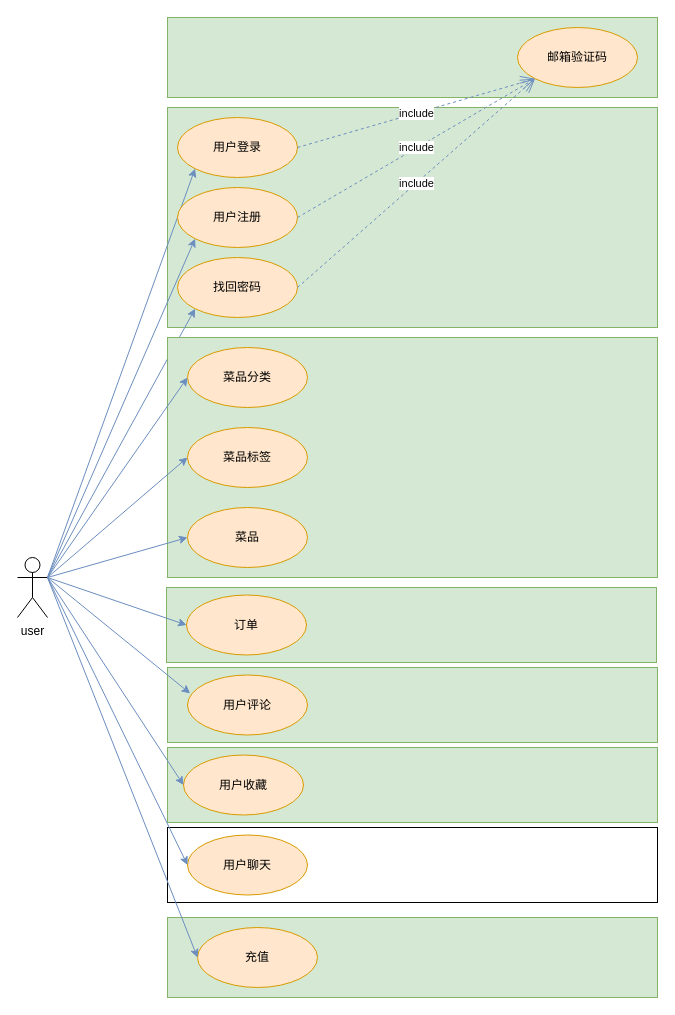
Before: prds/01uml用例图.drawio in matrix-johnjohn/EatGo-Ordering-App, a draw.io diagram. Source tidied: cells renumbered, new cells numbered last; positions are measured from the earlier drawing's top-left corner, leaving out a move shared by most shapes. Both pictures are drawn from the tidied source at 100%, with x=0, y=0 at pixel (17, 17).
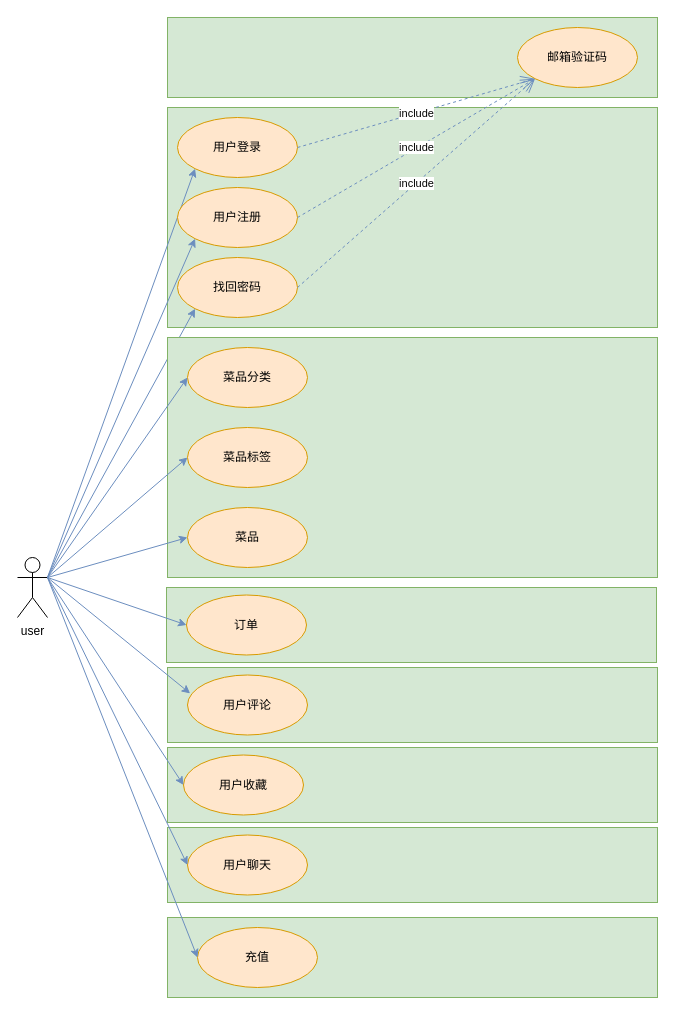
The same page after the edit.

The edit, as a diff of the source:
```diff
@@
-    <mxCell id="31" style="rounded=0;whiteSpace=wrap;html=1;" parent="1" vertex="1">
+    <mxCell id="31" style="rounded=0;whiteSpace=wrap;html=1;fillColor=#d5e8d4;strokeColor=#82b366;" parent="1" vertex="1">
       <mxGeometry x="150" y="810" width="490" height="75" as="geometry" />
     </mxCell>
```
